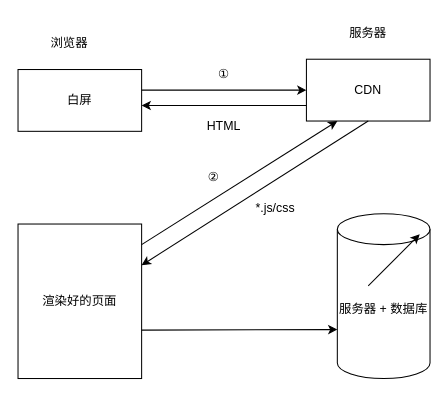
The draw.io diagram Vue/客户端渲染的工作流程.drawio in YoungMandy/Web-Front, before the edit. Source tidied: cells renumbered, new cells numbered last; positions are measured from the earlier drawing's top-left corner, leaving out a move shared by most shapes. Both pictures are drawn from the tidied source at 103%, with x=0, y=0 at pixel (18, 18).
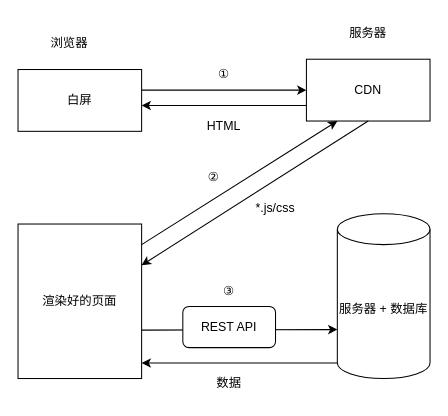
The same page after the edit.

The change refers to these unchanged cells:
```xml
<mxCell id="5" value="服务器 + 数据库" style="shape=cylinder3;whiteSpace=wrap;html=1;boundedLbl=1;backgroundOutline=1;size=15;" parent="1" vertex="1">
  <mxGeometry x="310" y="190" width="90" height="160" as="geometry" />
</mxCell>
```

What changed in the source:
```diff
@@
-    <mxCell id="8" style="endArrow=classic;html=1;" parent="1" edge="1">
-      <mxGeometry relative="1" as="geometry">
-        <mxPoint x="340" y="260" as="sourcePoint" />
-        <mxPoint x="390" y="210" as="targetPoint" />
-      </mxGeometry>
-    </mxCell>
@@
+    <mxCell id="18" value="REST API" style="rounded=1;whiteSpace=wrap;html=1;" parent="1" vertex="1">
+      <mxGeometry x="160" y="280" width="90" height="40" as="geometry" />
+    </mxCell>
+    <mxCell id="19" value="③" style="text;html=1;strokeColor=none;fillColor=none;align=center;verticalAlign=middle;whiteSpace=wrap;rounded=0;" parent="1" vertex="1">
+      <mxGeometry x="175" y="250" width="60" height="30" as="geometry" />
+    </mxCell>
+    <mxCell id="20" style="endArrow=classic;html=1;exitX=0;exitY=1;exitDx=0;exitDy=-15;exitPerimeter=0;" parent="1" edge="1" source="5">
+      <mxGeometry relative="1" as="geometry">
+        <mxPoint x="120" y="335" as="targetPoint" />
+      </mxGeometry>
+    </mxCell>
+    <mxCell id="21" value="数据" style="text;html=1;strokeColor=none;fillColor=none;align=center;verticalAlign=middle;whiteSpace=wrap;rounded=0;" parent="1" vertex="1">
+      <mxGeometry x="175" y="340" width="60" height="30" as="geometry" />
+    </mxCell>
```
